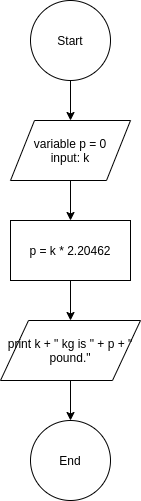
The draw.io diagram KgToPound.png in stsiwo/FlowCharts_IRC110, before a commit. Source tidied: cells renumbered, new cells last; positions are measured from the earlier drawing's top-left corner, leaving out a move shared by most shapes.
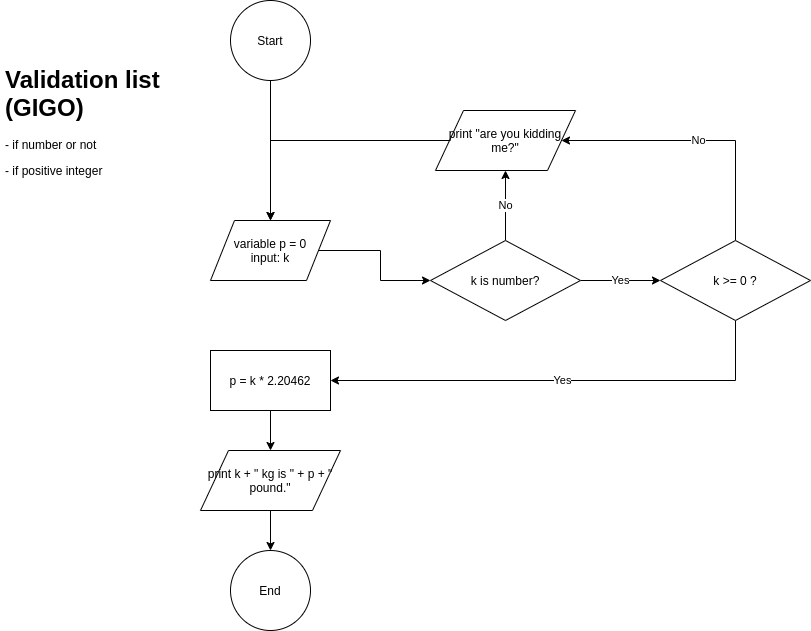
Above is the later version.

The edit, as a diff of the source:
```diff
@@ -6,13 +6,13 @@
       <mxGeometry relative="1" as="geometry" />
     </mxCell>
     <mxCell id="3" value="Start" style="ellipse;whiteSpace=wrap;html=1;" parent="1" vertex="1">
-      <mxGeometry x="30" width="80" height="80" as="geometry" />
+      <mxGeometry x="30" y="-130" width="80" height="80" as="geometry" />
     </mxCell>
-    <mxCell id="4" style="edgeStyle=orthogonalEdgeStyle;rounded=0;jettySize=auto;html=1;" parent="1" edge="1" source="5" target="7">
-      <mxGeometry relative="1" as="geometry" />
-    </mxCell>
+    <mxCell id="11" style="edgeStyle=orthogonalEdgeStyle;rounded=0;jettySize=auto;html=1;" parent="1" edge="1" source="5" target="14">
+      <mxGeometry relative="1" as="geometry" />
+    </mxCell>
     <mxCell id="5" value="variable p = 0&lt;br&gt;input: k" style="shape=parallelogram;perimeter=parallelogramPerimeter;whiteSpace=wrap;html=1;" parent="1" vertex="1">
-      <mxGeometry x="10" y="120" width="120" height="60" as="geometry" />
+      <mxGeometry x="10" y="90" width="120" height="60" as="geometry" />
     </mxCell>
     <mxCell id="6" style="edgeStyle=orthogonalEdgeStyle;rounded=0;jettySize=auto;html=1;entryX=0.5;entryY=0;entryDx=0;entryDy=0;" parent="1" edge="1" source="7" target="9">
       <mxGeometry relative="1" as="geometry" />
@@ -29,5 +29,40 @@
     <mxCell id="10" value="End" style="ellipse;whiteSpace=wrap;html=1;" parent="1" vertex="1">
       <mxGeometry x="30" y="420" width="80" height="80" as="geometry" />
     </mxCell>
+    <mxCell id="12" value="No" style="edgeStyle=orthogonalEdgeStyle;rounded=0;jettySize=auto;html=1;" parent="1" edge="1" source="14" target="19">
+      <mxGeometry relative="1" as="geometry" />
+    </mxCell>
+    <mxCell id="13" value="Yes" style="edgeStyle=orthogonalEdgeStyle;rounded=0;jettySize=auto;html=1;" parent="1" edge="1" source="14" target="17">
+      <mxGeometry relative="1" as="geometry" />
+    </mxCell>
+    <mxCell id="14" value="k is number?" style="rhombus;whiteSpace=wrap;html=1;" parent="1" vertex="1">
+      <mxGeometry x="230" y="110" width="150" height="80" as="geometry" />
+    </mxCell>
+    <mxCell id="15" value="No" style="edgeStyle=orthogonalEdgeStyle;rounded=0;jettySize=auto;html=1;entryX=1;entryY=0.5;entryDx=0;entryDy=0;" parent="1" edge="1" source="17" target="19">
+      <mxGeometry relative="1" as="geometry">
+        <Array as="points">
+          <mxPoint x="535" y="10" />
+        </Array>
+      </mxGeometry>
+    </mxCell>
+    <mxCell id="16" value="Yes" style="edgeStyle=orthogonalEdgeStyle;rounded=0;jettySize=auto;html=1;entryX=1;entryY=0.5;entryDx=0;entryDy=0;" parent="1" edge="1" source="17" target="7">
+      <mxGeometry relative="1" as="geometry">
+        <Array as="points">
+          <mxPoint x="535" y="250" />
+        </Array>
+      </mxGeometry>
+    </mxCell>
+    <mxCell id="17" value="k &amp;gt;= 0 ?" style="rhombus;whiteSpace=wrap;html=1;" parent="1" vertex="1">
+      <mxGeometry x="460" y="110" width="150" height="80" as="geometry" />
+    </mxCell>
+    <mxCell id="18" style="edgeStyle=orthogonalEdgeStyle;rounded=0;jettySize=auto;html=1;" parent="1" edge="1" source="19" target="5">
+      <mxGeometry relative="1" as="geometry" />
+    </mxCell>
+    <mxCell id="19" value="print &quot;are you kidding me?&quot;" style="shape=parallelogram;perimeter=parallelogramPerimeter;whiteSpace=wrap;html=1;" parent="1" vertex="1">
+      <mxGeometry x="235" y="-20" width="140" height="60" as="geometry" />
+    </mxCell>
+    <mxCell id="20" value="&lt;h1&gt;Validation list (GIGO)&lt;/h1&gt;&lt;p&gt;- if number or not&lt;/p&gt;&lt;p&gt;- if positive integer&amp;nbsp;&lt;/p&gt;&lt;p&gt;&lt;br&gt;&lt;/p&gt;" style="text;html=1;strokeColor=none;fillColor=none;spacing=5;spacingTop=-20;whiteSpace=wrap;overflow=hidden;rounded=0;" parent="1" vertex="1">
+      <mxGeometry x="-200" y="-70" width="190" height="120" as="geometry" />
+    </mxCell>
   </root>
 </mxGraphModel>
```
